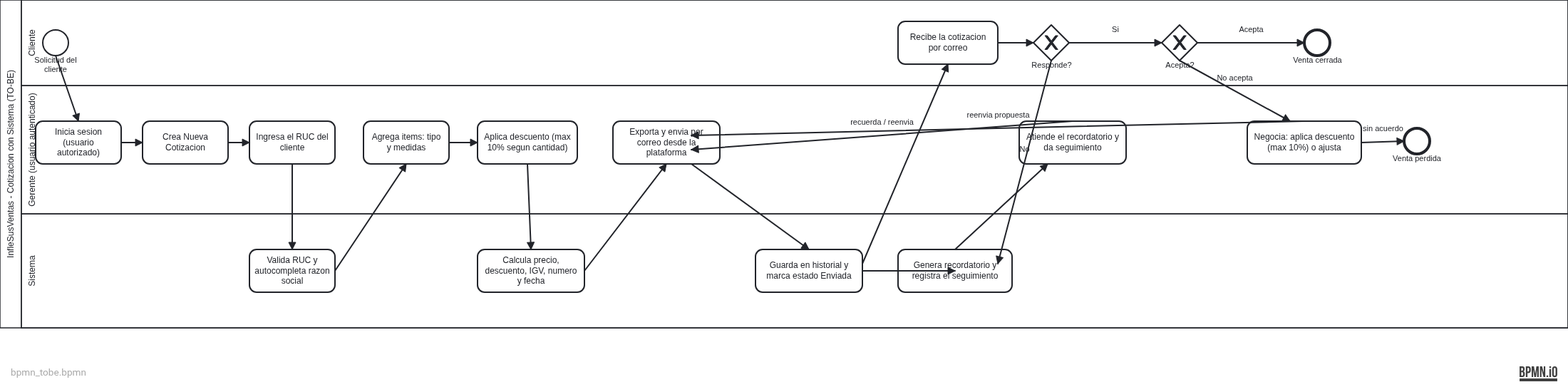
Earlier version of the BPMN export Documentacion/04_Recursos/imagenes/bpmn_tobe.png (steveenmaque/InflesusventasPrototype). Its source is kept beside it as Documentacion/04_Recursos/diagramas/bpmn_tobe.bpmn. Ids are renumbered.
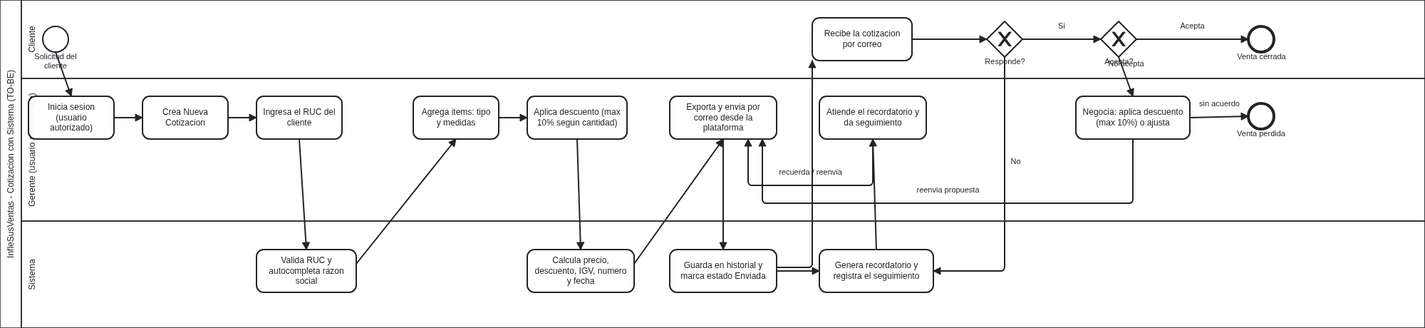
Above is the later version.

What changed in the source:
```diff
@@ -133,91 +133,91 @@
   <bpmndi:BPMNDiagram id="Di_TOBE">
     <bpmndi:BPMNPlane id="Plane_TOBE" bpmnElement="Collab_TOBE">
       <bpmndi:BPMNShape id="Sh_Part2" bpmnElement="Part_TOBE" isHorizontal="true">
-        <dc:Bounds x="150" y="80" width="2200" height="460"/>
+        <dc:Bounds x="150" y="80" width="2000" height="460"/>
       </bpmndi:BPMNShape>
       <bpmndi:BPMNShape id="Sh_LaneCliente2" bpmnElement="Lane_Cliente2" isHorizontal="true">
-        <dc:Bounds x="180" y="80" width="2170" height="120"/>
+        <dc:Bounds x="180" y="80" width="1970" height="110"/>
       </bpmndi:BPMNShape>
       <bpmndi:BPMNShape id="Sh_LaneGerente2" bpmnElement="Lane_Gerente2" isHorizontal="true">
-        <dc:Bounds x="180" y="200" width="2170" height="180"/>
+        <dc:Bounds x="180" y="190" width="1970" height="200"/>
       </bpmndi:BPMNShape>
       <bpmndi:BPMNShape id="Sh_LaneSistema" bpmnElement="Lane_Sistema" isHorizontal="true">
-        <dc:Bounds x="180" y="380" width="2170" height="160"/>
+        <dc:Bounds x="180" y="390" width="1970" height="150"/>
       </bpmndi:BPMNShape>
       <bpmndi:BPMNShape id="Sh_Start_2" bpmnElement="Start_2">
-        <dc:Bounds x="210" y="122" width="36" height="36"/>
+        <dc:Bounds x="210" y="117" width="36" height="36"/>
       </bpmndi:BPMNShape>
       <bpmndi:BPMNShape id="Sh_T_Login" bpmnElement="T_Login">
-        <dc:Bounds x="200" y="250" width="120" height="60"/>
+        <dc:Bounds x="190" y="215" width="120" height="60"/>
       </bpmndi:BPMNShape>
       <bpmndi:BPMNShape id="Sh_T_Crea" bpmnElement="T_Crea">
-        <dc:Bounds x="350" y="250" width="120" height="60"/>
+        <dc:Bounds x="350" y="215" width="120" height="60"/>
       </bpmndi:BPMNShape>
       <bpmndi:BPMNShape id="Sh_T_RUC" bpmnElement="T_RUC">
-        <dc:Bounds x="500" y="250" width="120" height="60"/>
+        <dc:Bounds x="510" y="215" width="120" height="60"/>
       </bpmndi:BPMNShape>
       <bpmndi:BPMNShape id="Sh_T_ValRUC" bpmnElement="T_ValRUC">
-        <dc:Bounds x="500" y="430" width="120" height="60"/>
+        <dc:Bounds x="510" y="430" width="140" height="60"/>
       </bpmndi:BPMNShape>
       <bpmndi:BPMNShape id="Sh_T_Items" bpmnElement="T_Items">
-        <dc:Bounds x="660" y="250" width="120" height="60"/>
+        <dc:Bounds x="730" y="215" width="120" height="60"/>
       </bpmndi:BPMNShape>
       <bpmndi:BPMNShape id="Sh_T_Desc" bpmnElement="T_Desc">
-        <dc:Bounds x="820" y="250" width="140" height="60"/>
+        <dc:Bounds x="890" y="215" width="140" height="60"/>
       </bpmndi:BPMNShape>
       <bpmndi:BPMNShape id="Sh_T_Calc" bpmnElement="T_Calc">
-        <dc:Bounds x="820" y="430" width="150" height="60"/>
+        <dc:Bounds x="890" y="430" width="150" height="60"/>
       </bpmndi:BPMNShape>
       <bpmndi:BPMNShape id="Sh_T_Exporta" bpmnElement="T_Exporta">
-        <dc:Bounds x="1010" y="250" width="150" height="60"/>
+        <dc:Bounds x="1090" y="215" width="150" height="60"/>
       </bpmndi:BPMNShape>
       <bpmndi:BPMNShape id="Sh_T_Guarda" bpmnElement="T_Guarda">
-        <dc:Bounds x="1210" y="430" width="150" height="60"/>
+        <dc:Bounds x="1090" y="430" width="150" height="60"/>
       </bpmndi:BPMNShape>
       <bpmndi:BPMNShape id="Sh_Recibe_2" bpmnElement="Recibe_2">
-        <dc:Bounds x="1410" y="110" width="140" height="60"/>
+        <dc:Bounds x="1290" y="105" width="140" height="60"/>
       </bpmndi:BPMNShape>
       <bpmndi:BPMNShape id="Sh_T_Record" bpmnElement="T_Record">
-        <dc:Bounds x="1410" y="430" width="160" height="60"/>
+        <dc:Bounds x="1300" y="430" width="160" height="60"/>
       </bpmndi:BPMNShape>
       <bpmndi:BPMNShape id="Sh_Gw_Resp2" bpmnElement="Gw_Resp2" isMarkerVisible="true">
-        <dc:Bounds x="1600" y="115" width="50" height="50"/>
+        <dc:Bounds x="1535" y="110" width="50" height="50"/>
       </bpmndi:BPMNShape>
       <bpmndi:BPMNShape id="Sh_T_SegG" bpmnElement="T_SegG">
-        <dc:Bounds x="1580" y="250" width="150" height="60"/>
+        <dc:Bounds x="1300" y="215" width="150" height="60"/>
       </bpmndi:BPMNShape>
       <bpmndi:BPMNShape id="Sh_Gw_Acep2" bpmnElement="Gw_Acep2" isMarkerVisible="true">
-        <dc:Bounds x="1780" y="115" width="50" height="50"/>
+        <dc:Bounds x="1695" y="110" width="50" height="50"/>
       </bpmndi:BPMNShape>
       <bpmndi:BPMNShape id="Sh_End_Win2" bpmnElement="End_Win2">
-        <dc:Bounds x="1980" y="122" width="36" height="36"/>
+        <dc:Bounds x="1902" y="117" width="36" height="36"/>
       </bpmndi:BPMNShape>
       <bpmndi:BPMNShape id="Sh_T_NegG" bpmnElement="T_NegG">
-        <dc:Bounds x="1900" y="250" width="160" height="60"/>
+        <dc:Bounds x="1660" y="215" width="160" height="60"/>
       </bpmndi:BPMNShape>
       <bpmndi:BPMNShape id="Sh_End_Lose2" bpmnElement="End_Lose2">
-        <dc:Bounds x="2120" y="260" width="36" height="36"/>
+        <dc:Bounds x="1902" y="225" width="36" height="36"/>
       </bpmndi:BPMNShape>
-      <bpmndi:BPMNEdge id="E_G1" bpmnElement="G1"><di:waypoint x="228" y="158"/><di:waypoint x="260" y="250"/></bpmndi:BPMNEdge>
-      <bpmndi:BPMNEdge id="E_G2" bpmnElement="G2"><di:waypoint x="320" y="280"/><di:waypoint x="350" y="280"/></bpmndi:BPMNEdge>
-      <bpmndi:BPMNEdge id="E_G3" bpmnElement="G3"><di:waypoint x="470" y="280"/><di:waypoint x="500" y="280"/></bpmndi:BPMNEdge>
-      <bpmndi:BPMNEdge id="E_G4" bpmnElement="G4"><di:waypoint x="560" y="310"/><di:waypoint x="560" y="430"/></bpmndi:BPMNEdge>
-      <bpmndi:BPMNEdge id="E_G5" bpmnElement="G5"><di:waypoint x="620" y="460"/><di:waypoint x="720" y="310"/></bpmndi:BPMNEdge>
-      <bpmndi:BPMNEdge id="E_G6" bpmnElement="G6"><di:waypoint x="780" y="280"/><di:waypoint x="820" y="280"/></bpmndi:BPMNEdge>
-      <bpmndi:BPMNEdge id="E_G7" bpmnElement="G7"><di:waypoint x="890" y="310"/><di:waypoint x="895" y="430"/></bpmndi:BPMNEdge>
-      <bpmndi:BPMNEdge id="E_G8" bpmnElement="G8"><di:waypoint x="970" y="460"/><di:waypoint x="1085" y="310"/></bpmndi:BPMNEdge>
-      <bpmndi:BPMNEdge id="E_G9" bpmnElement="G9"><di:waypoint x="1120" y="310"/><di:waypoint x="1285" y="430"/></bpmndi:BPMNEdge>
-      <bpmndi:BPMNEdge id="E_G10" bpmnElement="G10"><di:waypoint x="1360" y="450"/><di:waypoint x="1480" y="170"/></bpmndi:BPMNEdge>
-      <bpmndi:BPMNEdge id="E_G11" bpmnElement="G11"><di:waypoint x="1360" y="460"/><di:waypoint x="1490" y="460"/></bpmndi:BPMNEdge>
-      <bpmndi:BPMNEdge id="E_G12" bpmnElement="G12"><di:waypoint x="1550" y="140"/><di:waypoint x="1600" y="140"/></bpmndi:BPMNEdge>
-      <bpmndi:BPMNEdge id="E_G13" bpmnElement="G13"><di:waypoint x="1625" y="165"/><di:waypoint x="1550" y="450"/></bpmndi:BPMNEdge>
-      <bpmndi:BPMNEdge id="E_G15" bpmnElement="G15"><di:waypoint x="1490" y="430"/><di:waypoint x="1620" y="310"/></bpmndi:BPMNEdge>
-      <bpmndi:BPMNEdge id="E_G14" bpmnElement="G14"><di:waypoint x="1655" y="250"/><di:waypoint x="1120" y="290"/></bpmndi:BPMNEdge>
-      <bpmndi:BPMNEdge id="E_G16" bpmnElement="G16"><di:waypoint x="1650" y="140"/><di:waypoint x="1780" y="140"/></bpmndi:BPMNEdge>
-      <bpmndi:BPMNEdge id="E_G17" bpmnElement="G17"><di:waypoint x="1830" y="140"/><di:waypoint x="1980" y="140"/></bpmndi:BPMNEdge>
-      <bpmndi:BPMNEdge id="E_G19" bpmnElement="G19"><di:waypoint x="1805" y="165"/><di:waypoint x="1960" y="250"/></bpmndi:BPMNEdge>
-      <bpmndi:BPMNEdge id="E_G18" bpmnElement="G18"><di:waypoint x="1980" y="250"/><di:waypoint x="1120" y="270"/></bpmndi:BPMNEdge>
-      <bpmndi:BPMNEdge id="E_G20" bpmnElement="G20"><di:waypoint x="2060" y="280"/><di:waypoint x="2120" y="278"/></bpmndi:BPMNEdge>
+      <bpmndi:BPMNEdge id="E_G1" bpmnElement="G1"><di:waypoint x="228" y="153"/><di:waypoint x="250" y="215"/></bpmndi:BPMNEdge>
+      <bpmndi:BPMNEdge id="E_G2" bpmnElement="G2"><di:waypoint x="310" y="245"/><di:waypoint x="350" y="245"/></bpmndi:BPMNEdge>
+      <bpmndi:BPMNEdge id="E_G3" bpmnElement="G3"><di:waypoint x="470" y="245"/><di:waypoint x="510" y="245"/></bpmndi:BPMNEdge>
+      <bpmndi:BPMNEdge id="E_G4" bpmnElement="G4"><di:waypoint x="570" y="275"/><di:waypoint x="580" y="430"/></bpmndi:BPMNEdge>
+      <bpmndi:BPMNEdge id="E_G5" bpmnElement="G5"><di:waypoint x="650" y="450"/><di:waypoint x="790" y="275"/></bpmndi:BPMNEdge>
+      <bpmndi:BPMNEdge id="E_G6" bpmnElement="G6"><di:waypoint x="850" y="245"/><di:waypoint x="890" y="245"/></bpmndi:BPMNEdge>
+      <bpmndi:BPMNEdge id="E_G7" bpmnElement="G7"><di:waypoint x="960" y="275"/><di:waypoint x="965" y="430"/></bpmndi:BPMNEdge>
+      <bpmndi:BPMNEdge id="E_G8" bpmnElement="G8"><di:waypoint x="1040" y="450"/><di:waypoint x="1165" y="275"/></bpmndi:BPMNEdge>
+      <bpmndi:BPMNEdge id="E_G9" bpmnElement="G9"><di:waypoint x="1165" y="275"/><di:waypoint x="1165" y="430"/></bpmndi:BPMNEdge>
+      <bpmndi:BPMNEdge id="E_G10" bpmnElement="G10"><di:waypoint x="1240" y="455"/><di:waypoint x="1290" y="455"/><di:waypoint x="1290" y="165"/></bpmndi:BPMNEdge>
+      <bpmndi:BPMNEdge id="E_G11" bpmnElement="G11"><di:waypoint x="1240" y="460"/><di:waypoint x="1300" y="460"/></bpmndi:BPMNEdge>
+      <bpmndi:BPMNEdge id="E_G12" bpmnElement="G12"><di:waypoint x="1430" y="135"/><di:waypoint x="1535" y="135"/></bpmndi:BPMNEdge>
+      <bpmndi:BPMNEdge id="E_G13" bpmnElement="G13"><di:waypoint x="1560" y="160"/><di:waypoint x="1560" y="460"/><di:waypoint x="1460" y="460"/></bpmndi:BPMNEdge>
+      <bpmndi:BPMNEdge id="E_G15" bpmnElement="G15"><di:waypoint x="1380" y="430"/><di:waypoint x="1375" y="275"/></bpmndi:BPMNEdge>
+      <bpmndi:BPMNEdge id="E_G14" bpmnElement="G14"><di:waypoint x="1375" y="275"/><di:waypoint x="1375" y="340"/><di:waypoint x="1200" y="340"/><di:waypoint x="1200" y="275"/></bpmndi:BPMNEdge>
+      <bpmndi:BPMNEdge id="E_G16" bpmnElement="G16"><di:waypoint x="1585" y="135"/><di:waypoint x="1695" y="135"/></bpmndi:BPMNEdge>
+      <bpmndi:BPMNEdge id="E_G17" bpmnElement="G17"><di:waypoint x="1745" y="135"/><di:waypoint x="1902" y="135"/></bpmndi:BPMNEdge>
+      <bpmndi:BPMNEdge id="E_G19" bpmnElement="G19"><di:waypoint x="1720" y="160"/><di:waypoint x="1740" y="215"/></bpmndi:BPMNEdge>
+      <bpmndi:BPMNEdge id="E_G18" bpmnElement="G18"><di:waypoint x="1740" y="275"/><di:waypoint x="1740" y="365"/><di:waypoint x="1220" y="365"/><di:waypoint x="1220" y="275"/></bpmndi:BPMNEdge>
+      <bpmndi:BPMNEdge id="E_G20" bpmnElement="G20"><di:waypoint x="1820" y="245"/><di:waypoint x="1902" y="243"/></bpmndi:BPMNEdge>
     </bpmndi:BPMNPlane>
   </bpmndi:BPMNDiagram>
 </bpmn:definitions>
```
